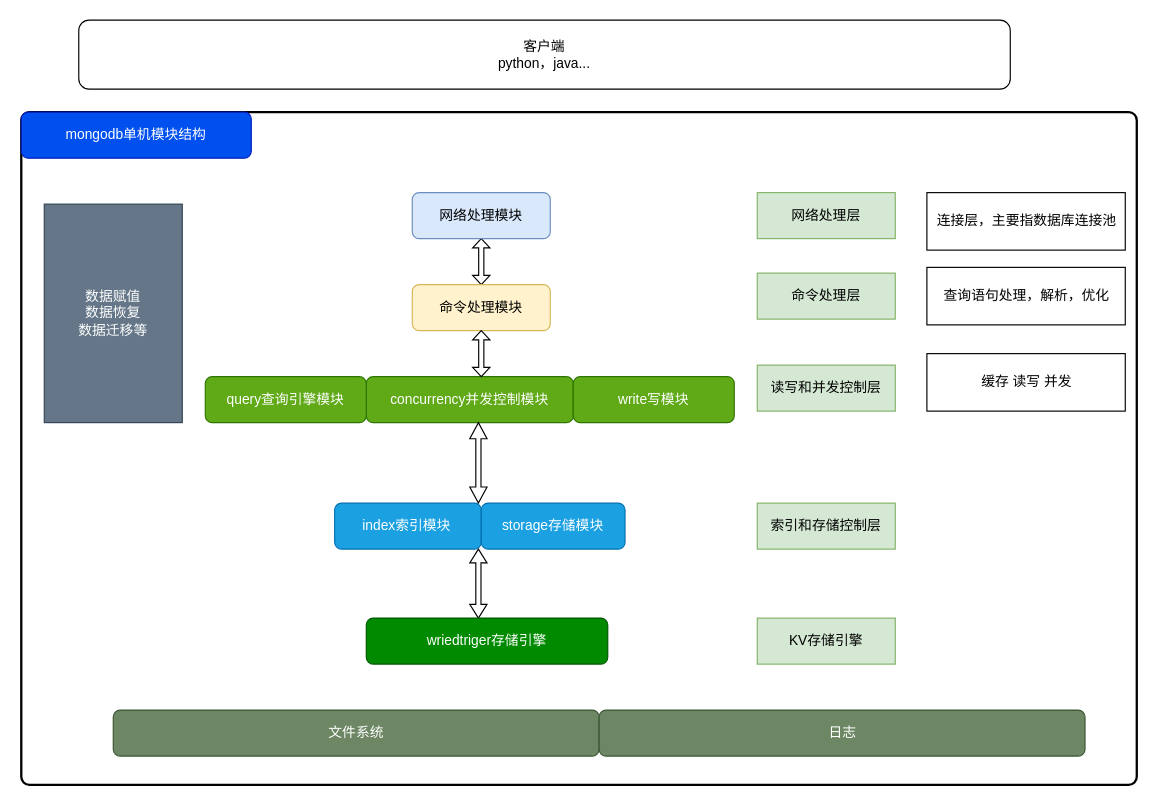
Earlier version of the draw.io diagram img/mongo软件结构.drawio (15615639083/15615639083.github.io). Source tidied: cells renumbered, new cells numbered last; positions are measured from the earlier drawing's top-left corner, leaving out a move shared by most shapes. Both pictures are drawn from the tidied source at 115%, with x=0, y=0 at pixel (21, 20).
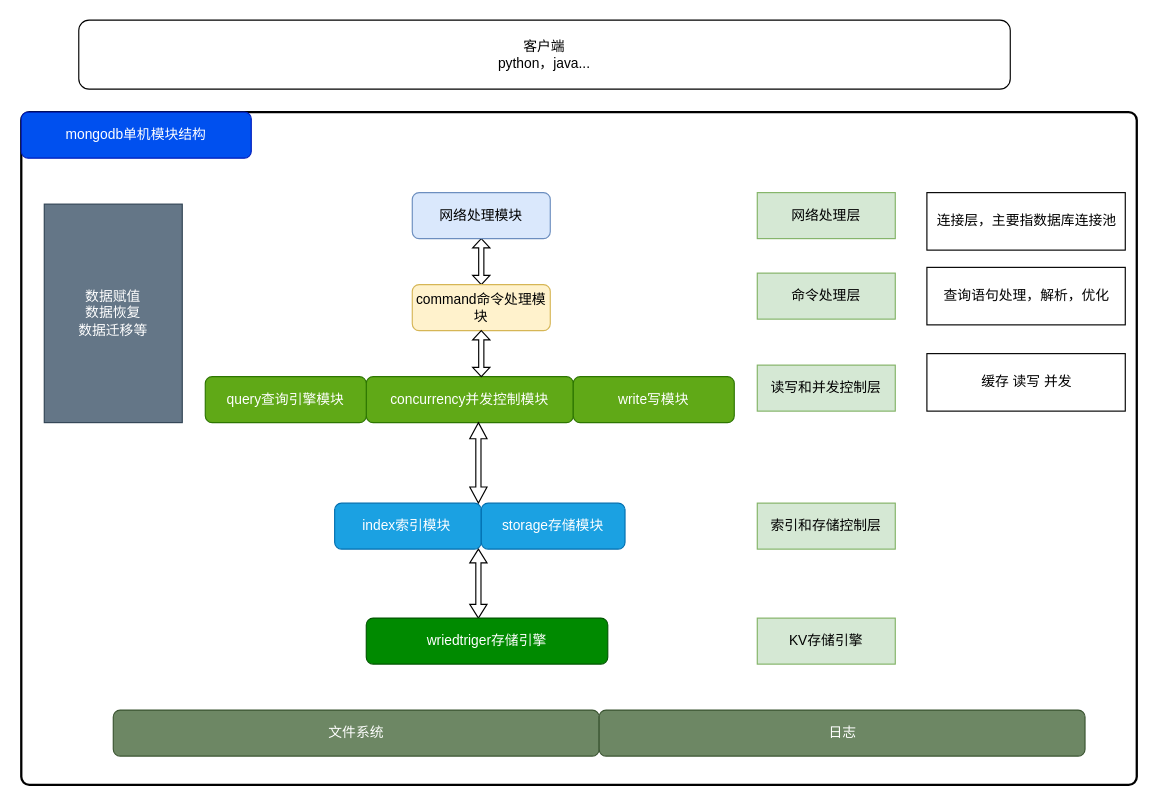
The same page after the edit.

Commit message:
更新mongo软件结构.drawio

What changed in the source:
```diff
@@
-    <mxCell id="10" value="命令处理模块" style="rounded=1;whiteSpace=wrap;html=1;fillColor=#fff2cc;strokeColor=#d6b656;" parent="1" vertex="1">
+    <mxCell id="10" value="command命令处理模块" style="rounded=1;whiteSpace=wrap;html=1;fillColor=#fff2cc;strokeColor=#d6b656;" parent="1" vertex="1">
       <mxGeometry x="340" y="230" width="120" height="40" as="geometry" />
     </mxCell>
```
